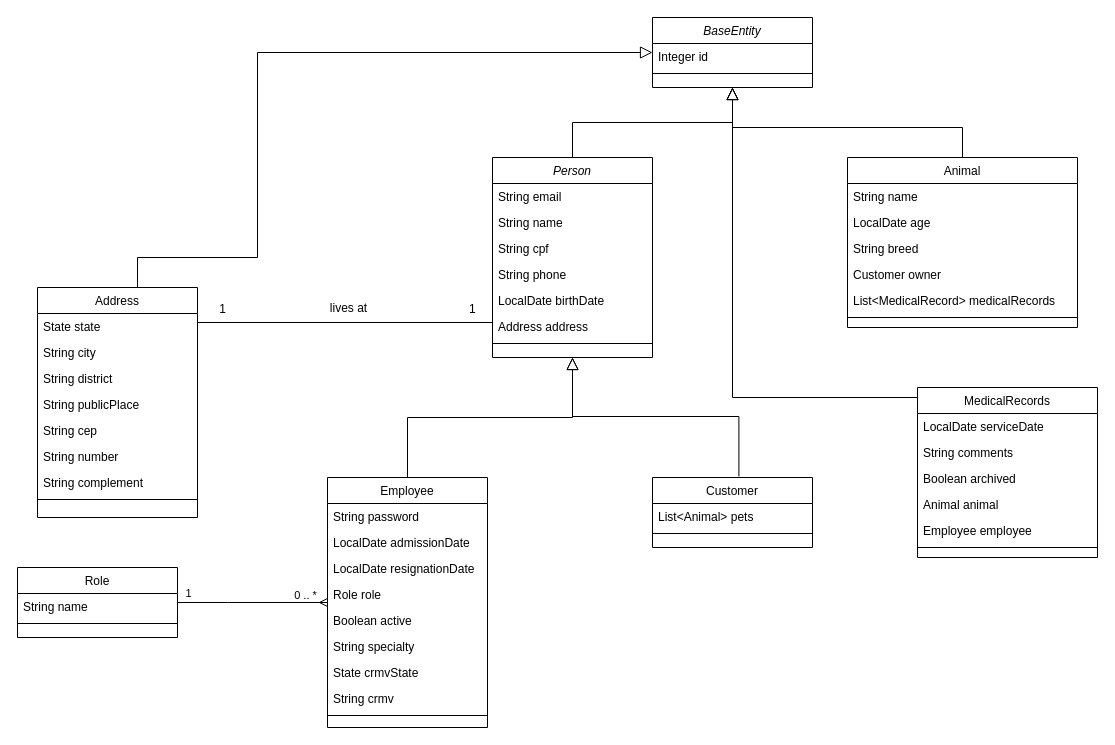
The draw.io diagram docs/diagrama.drawio in GLutzBR/app-veterinario, before the edit. Source tidied: cells renumbered, new cells numbered last; positions are measured from the earlier drawing's top-left corner, leaving out a move shared by most shapes. Both pictures are drawn from the tidied source at 100%, with x=0, y=0 at pixel (17, 17).
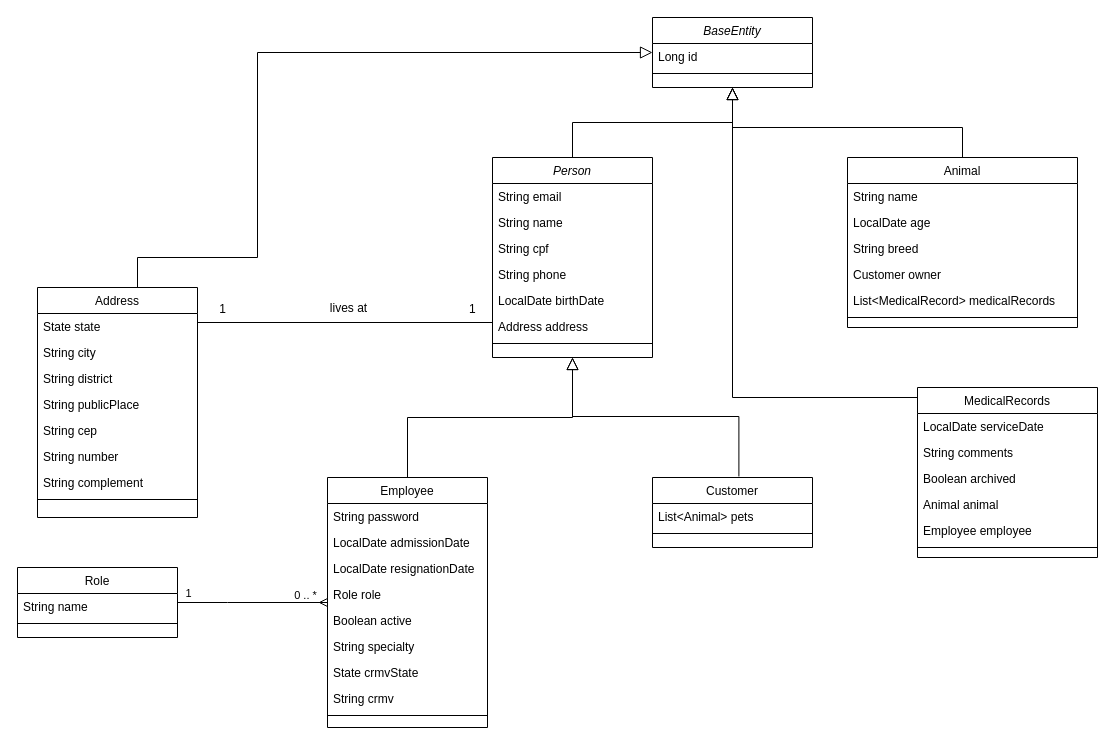
The same page after the edit.

Commit message:
fix: ajustes documentação

The change refers to these unchanged cells:
```xml
<mxCell id="40" value="BaseEntity" style="swimlane;fontStyle=2;align=center;verticalAlign=top;horizontal=1;startSize=26;rounded=0;shadow=0;strokeWidth=1;" parent="1" vertex="1">
  <mxGeometry x="635" width="160" height="70" as="geometry" />
</mxCell>
```

Change to the diagram source:
```diff
@@
-    <mxCell id="41" value="Integer id" style="text;align=left;verticalAlign=top;spacingLeft=4;spacingRight=4;overflow=hidden;" parent="40" vertex="1">
+    <mxCell id="41" value="Long id" style="text;align=left;verticalAlign=top;spacingLeft=4;spacingRight=4;overflow=hidden;" parent="40" vertex="1">
       <mxGeometry y="26" width="160" height="26" as="geometry" />
     </mxCell>
```
